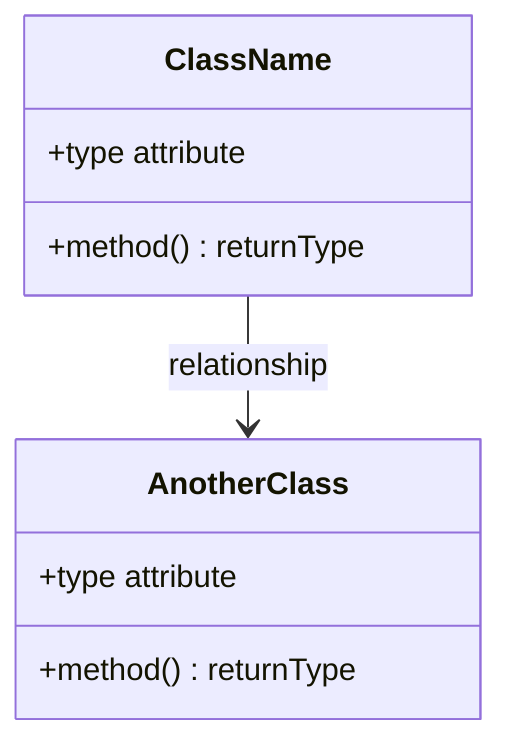
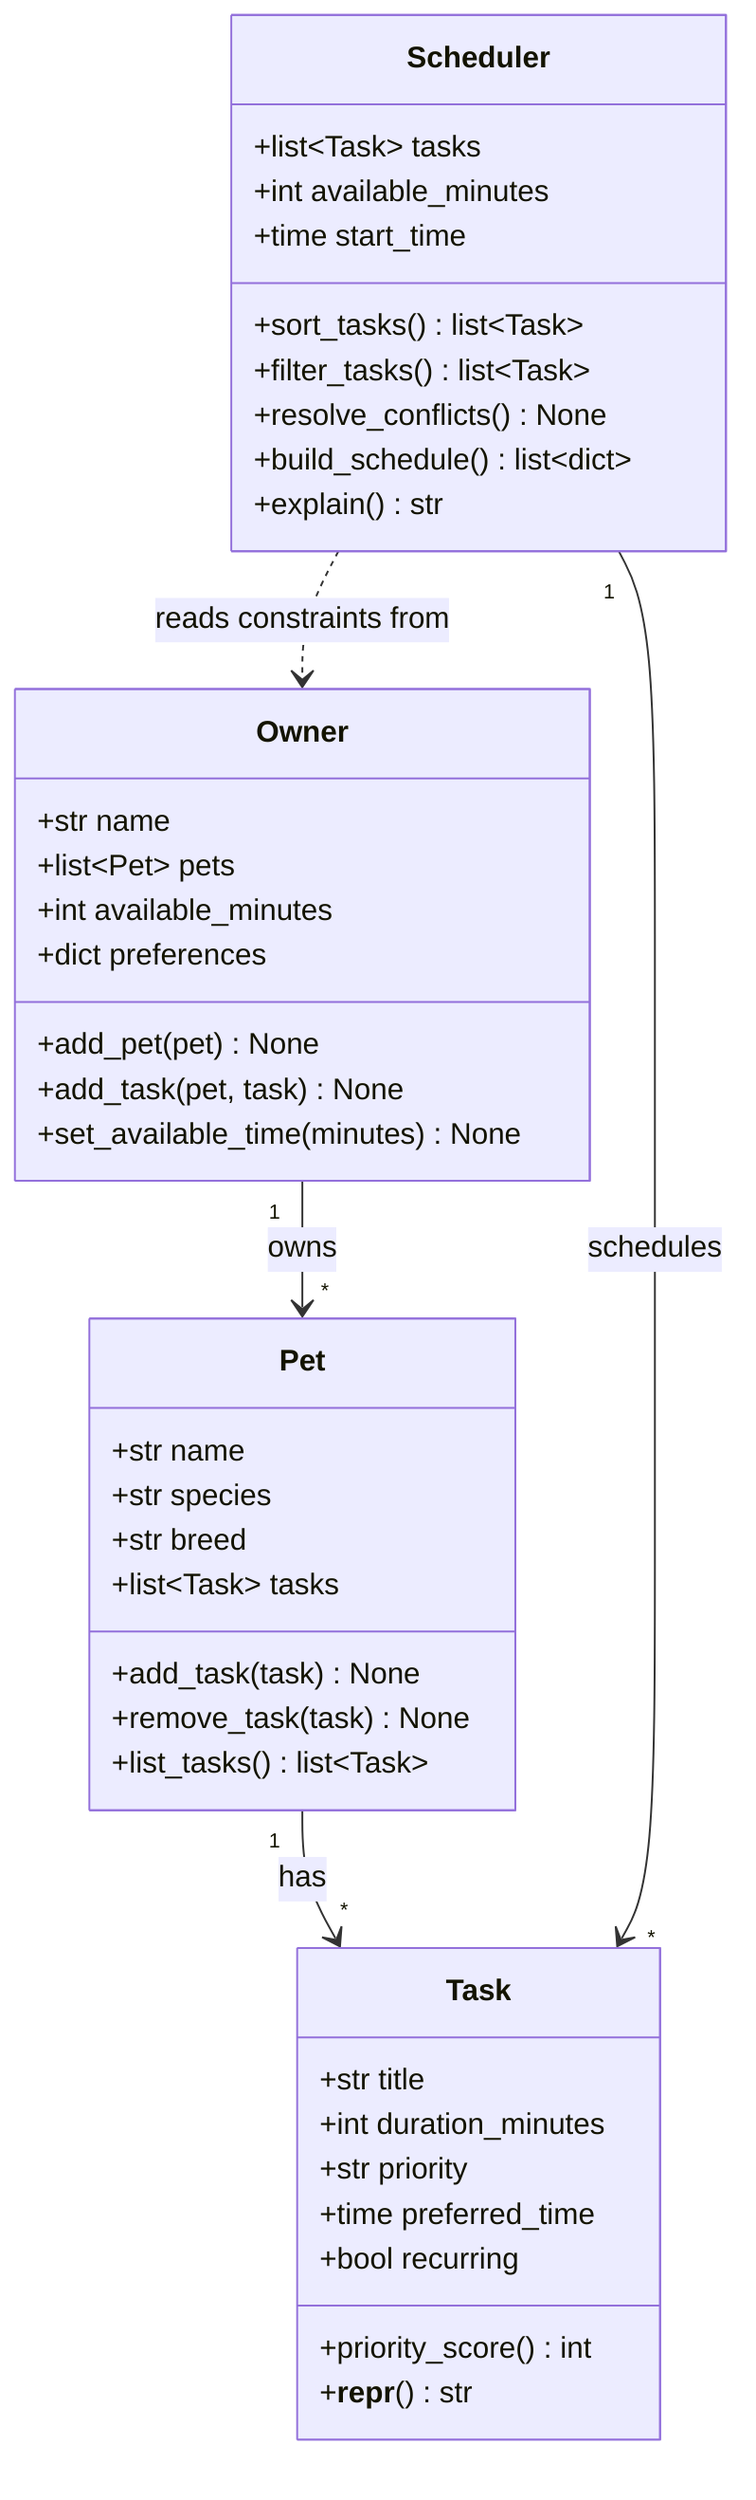
classDiagram
-     %% Replace the placeholders below with your actual classes, attributes, methods, and relationships.
-     %% Keep this file updated so it matches your final implementation.
+     %% PawPal+ — pet care planning assistant
+     %% Core domain classes: Owner, Pet, Task, Scheduler

-     class ClassName {
-         +type attribute
-         +method() returnType
+     class Owner {
+         +str name
+         +list~Pet~ pets
+         +int available_minutes
+         +dict preferences
+         +add_pet(pet) None
+         +add_task(pet, task) None
+         +set_available_time(minutes) None
    }

-     class AnotherClass {
-         +type attribute
-         +method() returnType
+     class Pet {
+         +str name
+         +str species
+         +str breed
+         +list~Task~ tasks
+         +add_task(task) None
+         +remove_task(task) None
+         +list_tasks() list~Task~
    }

-     ClassName --> AnotherClass : relationship
+     class Task {
+         +str title
+         +int duration_minutes
+         +str priority
+         +time preferred_time
+         +bool recurring
+         +priority_score() int
+         +__repr__() str
+     }
+ 
+     class Scheduler {
+         +list~Task~ tasks
+         +int available_minutes
+         +time start_time
+         +sort_tasks() list~Task~
+         +filter_tasks() list~Task~
+         +resolve_conflicts() None
+         +build_schedule() list~dict~
+         +explain() str
+     }
+ 
+     Owner "1" --> "*" Pet : owns
+     Pet "1" --> "*" Task : has
+     Scheduler "1" --> "*" Task : schedules
+     Scheduler ..> Owner : reads constraints from
